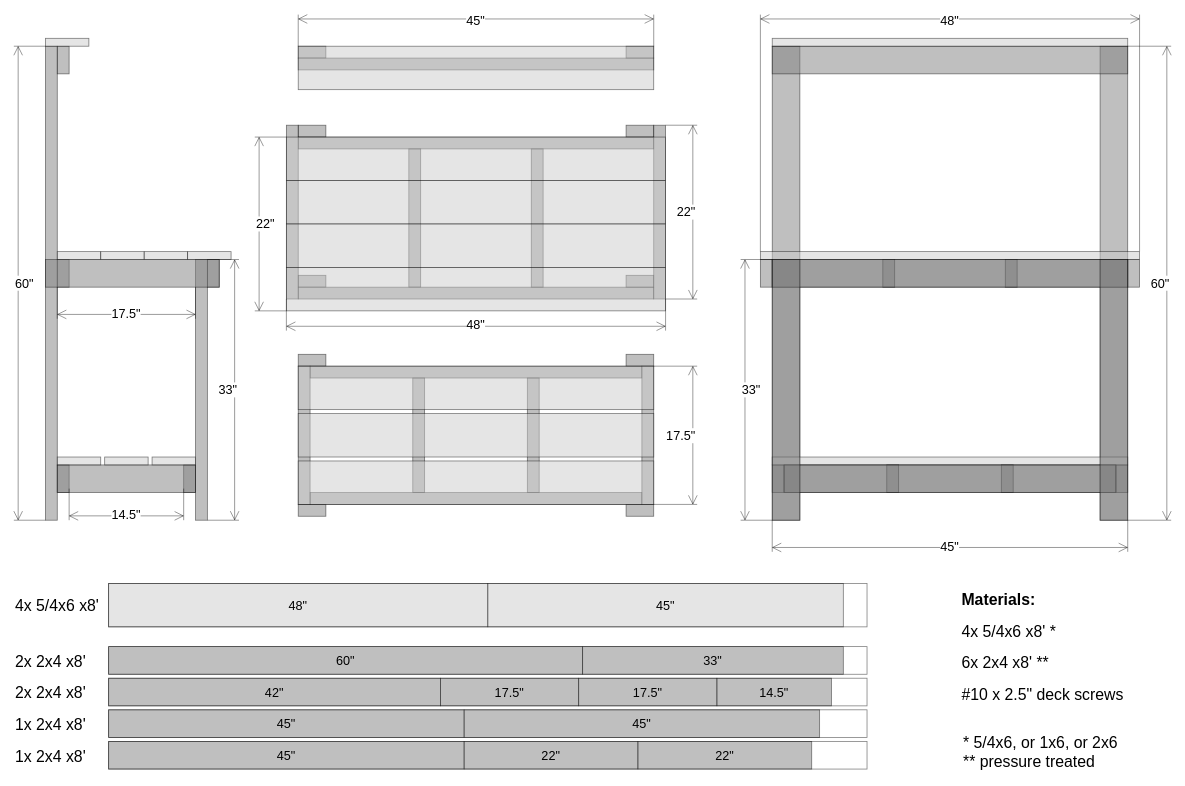
gsteiert/planting-bench keeps this draw.io diagram as plans.drawio. Above is the earlier version. Source tidied: cells renumbered, new cells numbered last; positions are measured from the earlier drawing's top-left corner, leaving out a move shared by most shapes. Both pictures are drawn from the tidied source at 79%, with x=0, y=0 at pixel (13, 14). Pictures stored in the file or linked from it are replaced by grey dashed boxes.
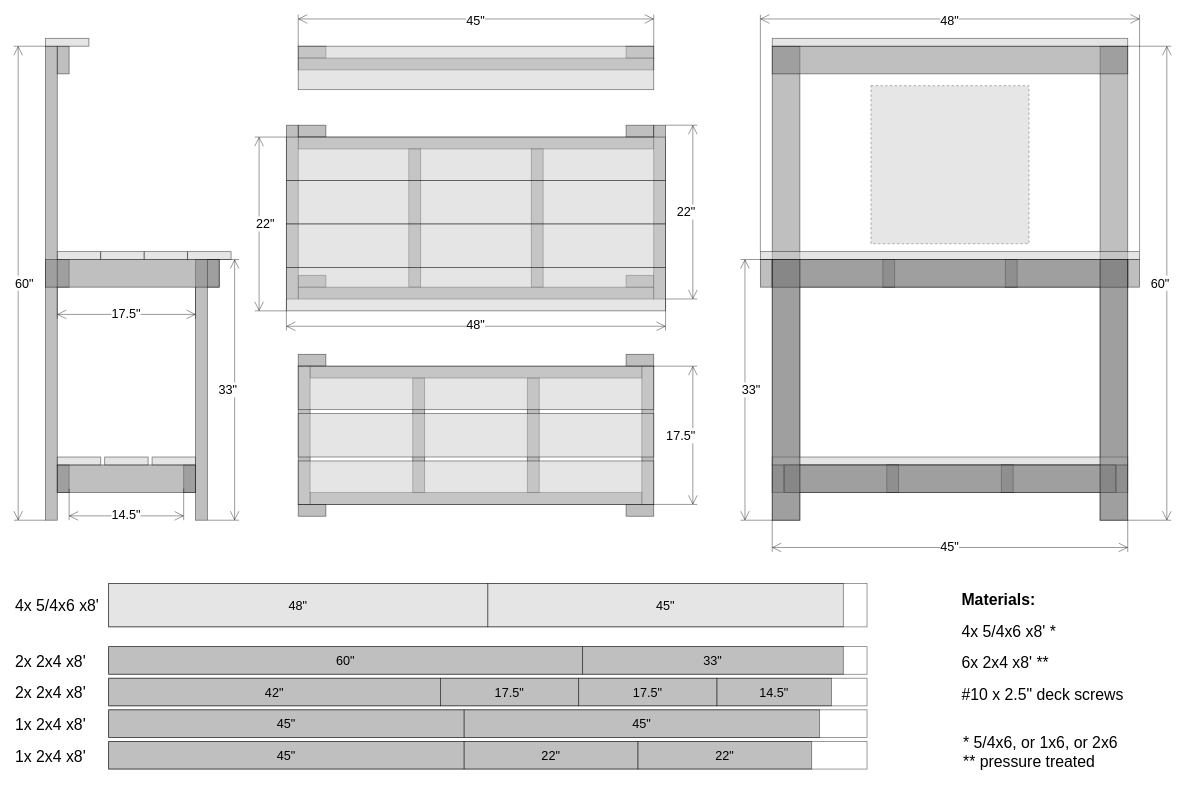
Above is the later version.

Commit message:
Added OSHW mark

Change to the diagram source:
```diff
@@
+    <mxCell id="112" style="fillColor=#E6E6E6;strokeColor=#999999;dashed=1;verticalLabelPosition=bottom;verticalAlign=top;fontSize=16;align=left;" parent="1" vertex="1">
+      <mxGeometry x="1085" y="90" width="200" height="200" as="geometry" />
+    </mxCell>
```
